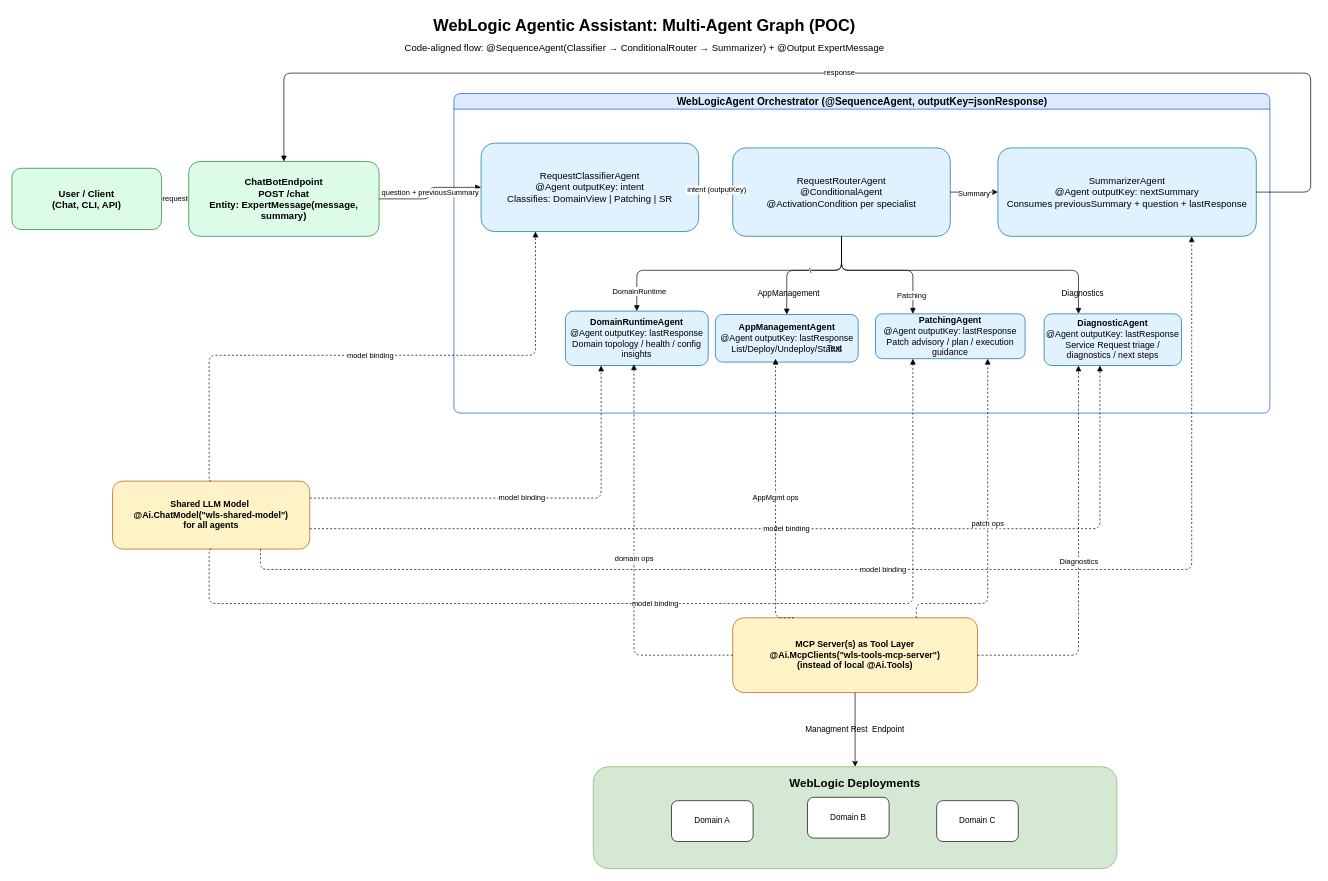
This is docs/wls-agent-multi-agent-architecture.drawio from abhijit-paranjpe/wls-ai-agents, a draw.io file, before an edit. Source tidied: cells renumbered, new cells numbered last; positions are measured from the earlier drawing's top-left corner, leaving out a move shared by most shapes. Both pictures are drawn from the tidied source at 68%, with x=0, y=0 at pixel (12, 12).
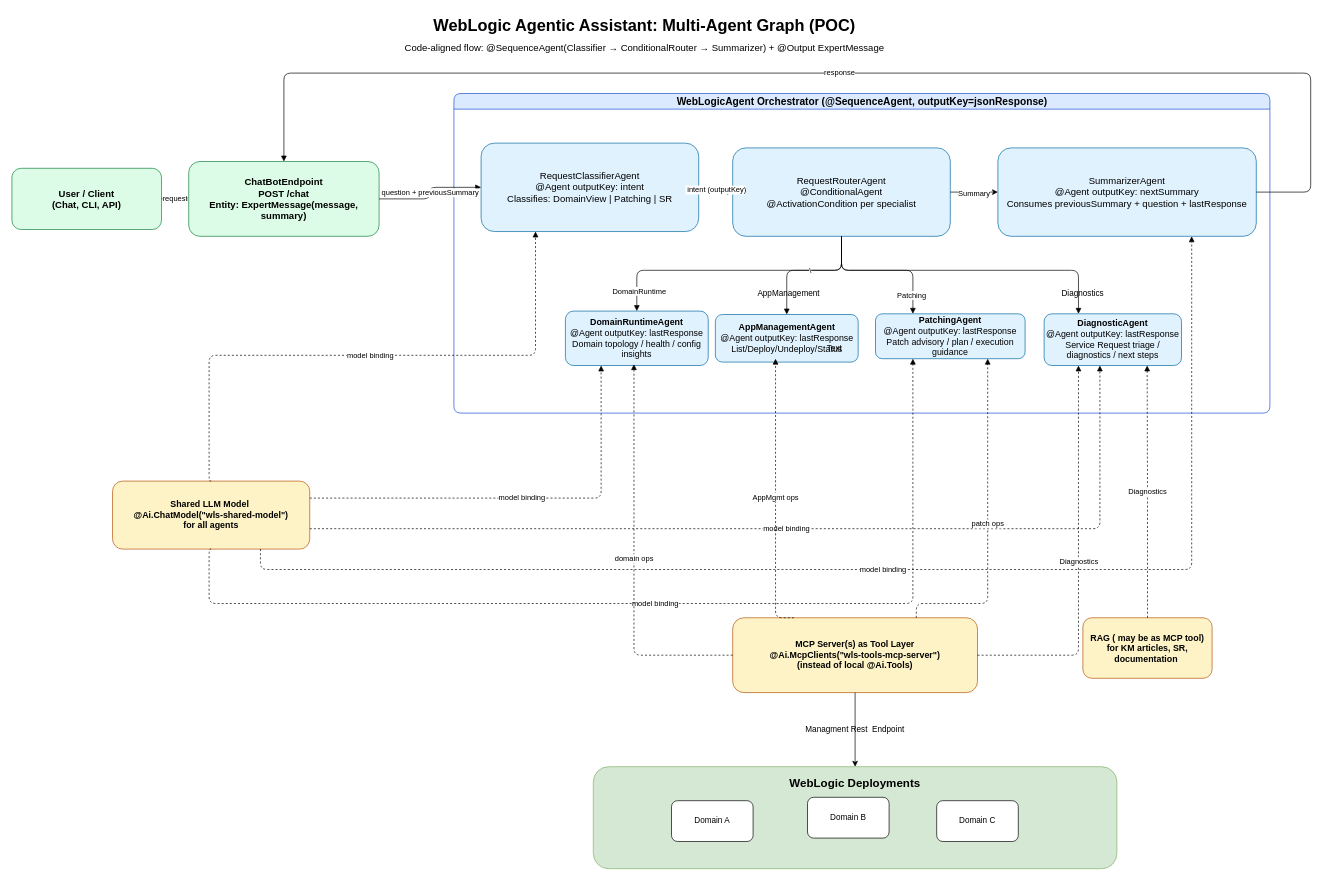
After the change.

Unchanged cells that the change refers to:
```xml
<mxCell id="12" value="&lt;b&gt;DiagnosticAgent&lt;/b&gt;&lt;br&gt;@Agent outputKey: lastResponse&lt;br&gt;Service Request triage / diagnostics / next steps" style="rounded=1;whiteSpace=wrap;html=1;fillColor=#e0f2fe;strokeColor=#0369a1;fontSize=13;" parent="6" vertex="1">
  <mxGeometry x="868" y="324" width="202" height="76" as="geometry" />
</mxCell>
```

Change to the diagram source:
```diff
@@
+    <mxCell id="48" value="RAG ( may be as MCP tool)&lt;div&gt;for KM articles, SR, documentation&amp;nbsp;&lt;/div&gt;" style="rounded=1;whiteSpace=wrap;html=1;fillColor=#fef3c7;strokeColor=#b45309;fontSize=13;fontStyle=1;" parent="1" vertex="1">
+      <mxGeometry x="1575" y="891" width="190" height="89" as="geometry" />
+    </mxCell>
+    <mxCell id="49" value="Diagnostics" style="edgeStyle=orthogonalEdgeStyle;dashed=1;endArrow=block;endFill=1;html=1;entryX=0.75;entryY=1;entryDx=0;entryDy=0;exitX=0.5;exitY=0;exitDx=0;exitDy=0;" parent="1" edge="1" source="48" target="12">
+      <mxGeometry relative="1" as="geometry" />
+    </mxCell>
```
